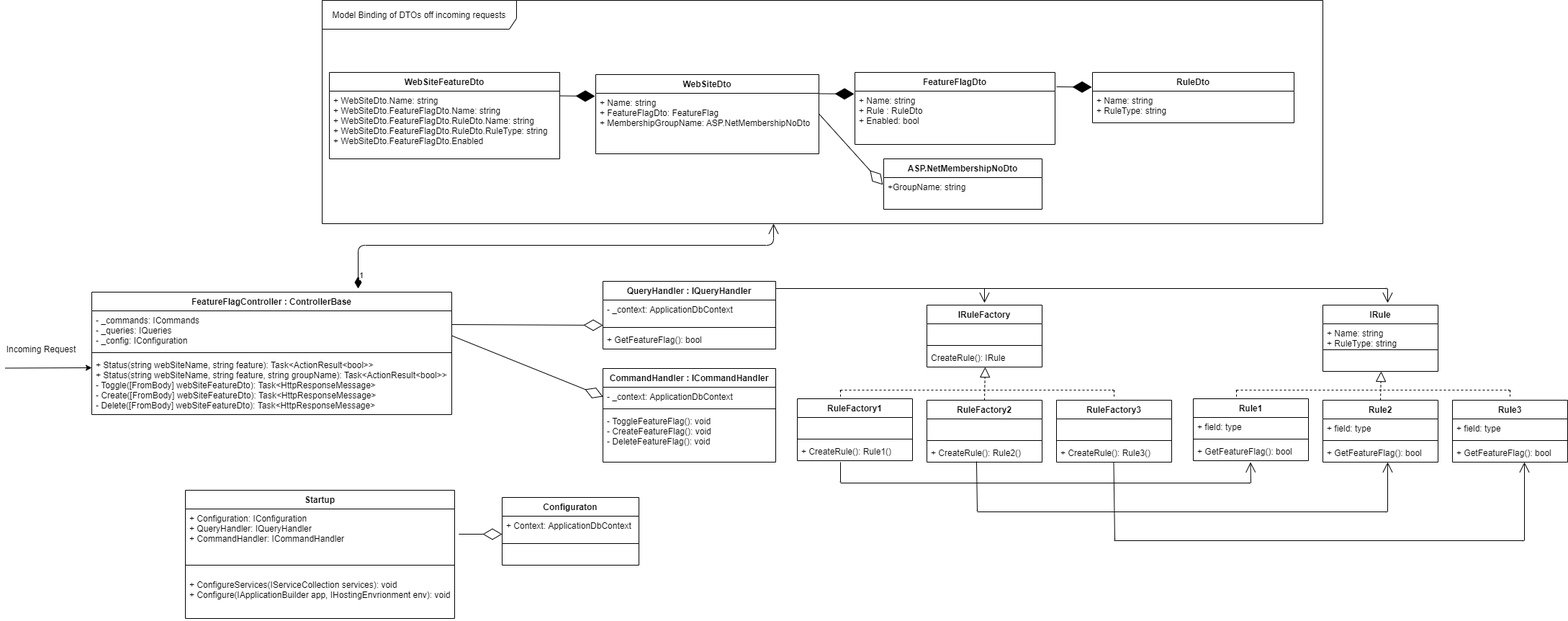
Earlier version of the draw.io export TechnicalDesignExercise/FeatureFlagging-ClassDiagram.png (mark-stoker/AgencyPropertyCleanup). Source tidied: cells renumbered, new cells last; positions are measured from the earlier drawing's top-left corner, leaving out a move shared by most shapes.
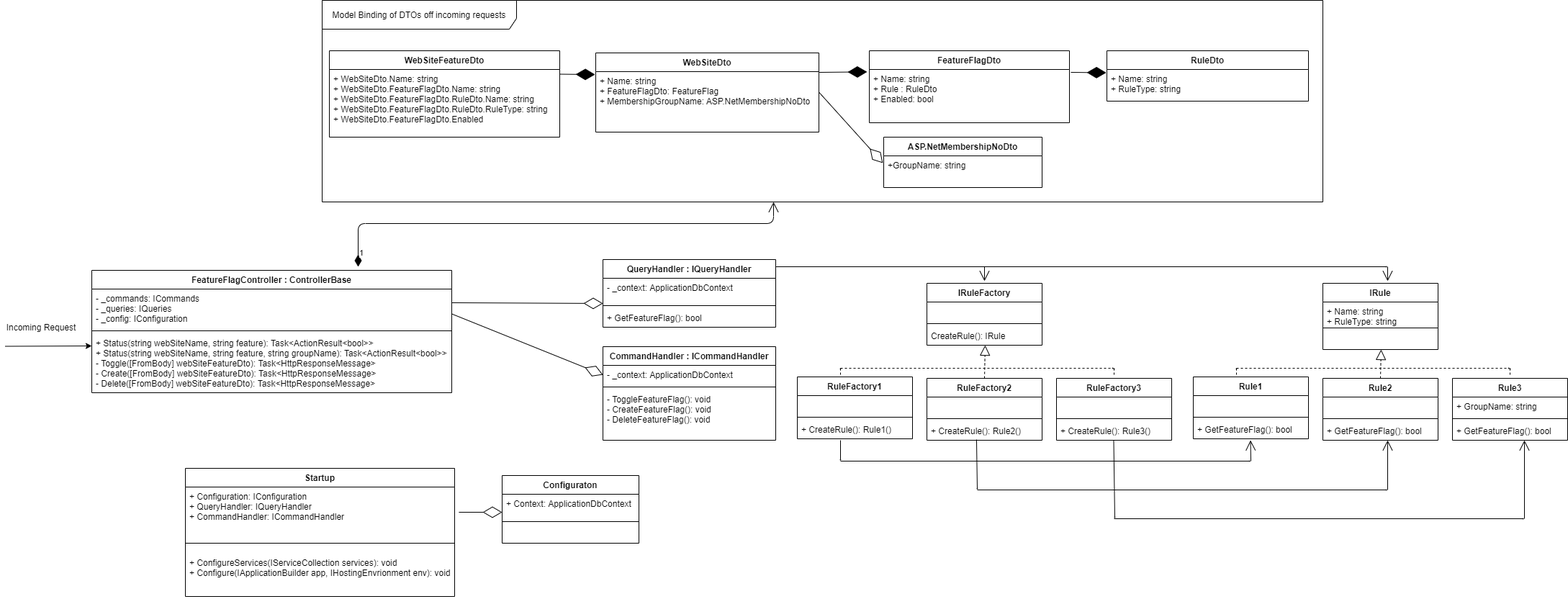
Above is the later version.

Commit message:
refactoring the document and diagrams

Diff of the diagram source:
```diff
@@ -3,7 +3,7 @@
     <mxCell id="0" />
     <mxCell id="1" parent="0" />
     <mxCell id="2" value="Model Binding of DTOs off incoming requests" style="shape=umlFrame;whiteSpace=wrap;html=1;width=270;height=40;" parent="1" vertex="1">
-      <mxGeometry x="440" width="1390" height="310" as="geometry" />
+      <mxGeometry x="440" y="30" width="1390" height="280" as="geometry" />
     </mxCell>
     <mxCell id="3" style="endArrow=classic;html=1;" parent="1" edge="1">
       <mxGeometry relative="1" as="geometry">
@@ -36,7 +36,7 @@
       <mxGeometry y="68" width="190" height="26" as="geometry" />
     </mxCell>
     <mxCell id="12" value="FeatureFlagDto" style="swimlane;fontStyle=1;align=center;verticalAlign=top;horizontal=1;startSize=26;" parent="1" vertex="1">
-      <mxGeometry x="1180" y="100" width="278" height="100" as="geometry" />
+      <mxGeometry x="1200" y="100" width="278" height="100" as="geometry" />
     </mxCell>
     <mxCell id="13" value="+ Name: string&#10;+ Rule : RuleDto&#10;+ Enabled: bool" style="text;strokeColor=none;fillColor=none;align=left;verticalAlign=top;spacingLeft=4;spacingRight=4;overflow=hidden;points=[[0,0.5],[1,0.5]];portConstraint=eastwest;" parent="12" vertex="1">
       <mxGeometry y="26" width="278" height="74" as="geometry" />
@@ -95,7 +95,7 @@
       <mxGeometry y="26" width="310" height="84" as="geometry" />
     </mxCell>
     <mxCell id="31" value="RuleDto" style="swimlane;fontStyle=1;align=center;verticalAlign=top;horizontal=1;startSize=26;" parent="1" vertex="1">
-      <mxGeometry x="1510" y="100" width="280" height="70" as="geometry" />
+      <mxGeometry x="1530" y="100" width="280" height="70" as="geometry" />
     </mxCell>
     <mxCell id="32" value="+ Name: string&#10;+ RuleType: string&#10;" style="text;strokeColor=none;fillColor=none;align=left;verticalAlign=top;spacingLeft=4;spacingRight=4;overflow=hidden;" parent="31" vertex="1">
       <mxGeometry y="26" width="280" height="44" as="geometry" />
@@ -190,7 +190,7 @@
     <mxCell id="56" value="Rule1" style="swimlane;fontStyle=1;align=center;verticalAlign=top;horizontal=1;startSize=26;" parent="1" vertex="1">
       <mxGeometry x="1650" y="553" width="160" height="86" as="geometry" />
     </mxCell>
-    <mxCell id="57" value="+ field: type" style="text;strokeColor=none;fillColor=none;align=left;verticalAlign=top;spacingLeft=4;spacingRight=4;overflow=hidden;" parent="56" vertex="1">
+    <mxCell id="57" value=" " style="text;strokeColor=none;fillColor=none;align=left;verticalAlign=top;spacingLeft=4;spacingRight=4;overflow=hidden;" parent="56" vertex="1">
       <mxGeometry y="26" width="160" height="26" as="geometry" />
     </mxCell>
     <mxCell id="58" style="line;strokeWidth=1;fillColor=none;align=left;verticalAlign=middle;spacingTop=-1;spacingLeft=3;spacingRight=3;labelPosition=right;" parent="56" vertex="1">
@@ -202,7 +202,7 @@
     <mxCell id="60" value="Rule2" style="swimlane;fontStyle=1;align=center;verticalAlign=top;horizontal=1;startSize=26;" parent="1" vertex="1">
       <mxGeometry x="1830" y="555" width="160" height="86" as="geometry" />
     </mxCell>
-    <mxCell id="61" value="+ field: type" style="text;strokeColor=none;fillColor=none;align=left;verticalAlign=top;spacingLeft=4;spacingRight=4;overflow=hidden;" parent="60" vertex="1">
+    <mxCell id="61" value=" " style="text;strokeColor=none;fillColor=none;align=left;verticalAlign=top;spacingLeft=4;spacingRight=4;overflow=hidden;" parent="60" vertex="1">
       <mxGeometry y="26" width="160" height="26" as="geometry" />
     </mxCell>
     <mxCell id="62" style="line;strokeWidth=1;fillColor=none;align=left;verticalAlign=middle;spacingTop=-1;spacingLeft=3;spacingRight=3;labelPosition=right;" parent="60" vertex="1">
@@ -214,7 +214,7 @@
     <mxCell id="64" value="Rule3" style="swimlane;fontStyle=1;align=center;verticalAlign=top;horizontal=1;startSize=26;" parent="1" vertex="1">
       <mxGeometry x="2010" y="555" width="160" height="86" as="geometry" />
     </mxCell>
-    <mxCell id="65" value="+ field: type" style="text;strokeColor=none;fillColor=none;align=left;verticalAlign=top;spacingLeft=4;spacingRight=4;overflow=hidden;" parent="64" vertex="1">
+    <mxCell id="65" value="+ GroupName: string" style="text;strokeColor=none;fillColor=none;align=left;verticalAlign=top;spacingLeft=4;spacingRight=4;overflow=hidden;" parent="64" vertex="1">
       <mxGeometry y="26" width="160" height="26" as="geometry" />
     </mxCell>
     <mxCell id="66" style="line;strokeWidth=1;fillColor=none;align=left;verticalAlign=middle;spacingTop=-1;spacingLeft=3;spacingRight=3;labelPosition=right;" parent="64" vertex="1">
@@ -339,16 +339,10 @@
         <mxPoint x="690" y="741" as="targetPoint" />
       </mxGeometry>
     </mxCell>
-    <mxCell id="91" style="endArrow=diamondThin;endFill=1;endSize=24;html=1;entryX=-0.003;entryY=0.048;entryDx=0;entryDy=0;entryPerimeter=0;" parent="1" edge="1">
-      <mxGeometry relative="1" as="geometry">
-        <mxPoint x="1130" y="129.5" as="sourcePoint" />
-        <mxPoint x="1179.1" y="130" as="targetPoint" />
-      </mxGeometry>
-    </mxCell>
     <mxCell id="92" style="endArrow=diamondThin;endFill=1;endSize=24;html=1;entryX=-0.003;entryY=0.048;entryDx=0;entryDy=0;entryPerimeter=0;" parent="1" edge="1">
       <mxGeometry relative="1" as="geometry">
-        <mxPoint x="1460" y="120" as="sourcePoint" />
-        <mxPoint x="1509.1" y="120.5" as="targetPoint" />
+        <mxPoint x="1480" y="130" as="sourcePoint" />
+        <mxPoint x="1529.1" y="130.5" as="targetPoint" />
       </mxGeometry>
     </mxCell>
     <mxCell id="93" style="endArrow=diamondThin;endFill=0;endSize=24;html=1;exitX=0.989;exitY=0.547;exitDx=0;exitDy=0;exitPerimeter=0;entryX=0;entryY=1.029;entryDx=0;entryDy=0;entryPerimeter=0;" parent="1" edge="1" target="19">
@@ -361,5 +355,10 @@
         <mxPoint x="620" y="465.5" as="sourcePoint" />
       </mxGeometry>
     </mxCell>
+    <mxCell id="95" style="endArrow=diamondThin;endFill=1;endSize=24;html=1;entryX=-0.011;entryY=0.045;entryDx=0;entryDy=0;entryPerimeter=0;" parent="1" edge="1" target="13">
+      <mxGeometry relative="1" as="geometry">
+        <mxPoint x="1130" y="130" as="sourcePoint" />
+      </mxGeometry>
+    </mxCell>
   </root>
 </mxGraphModel>
```
